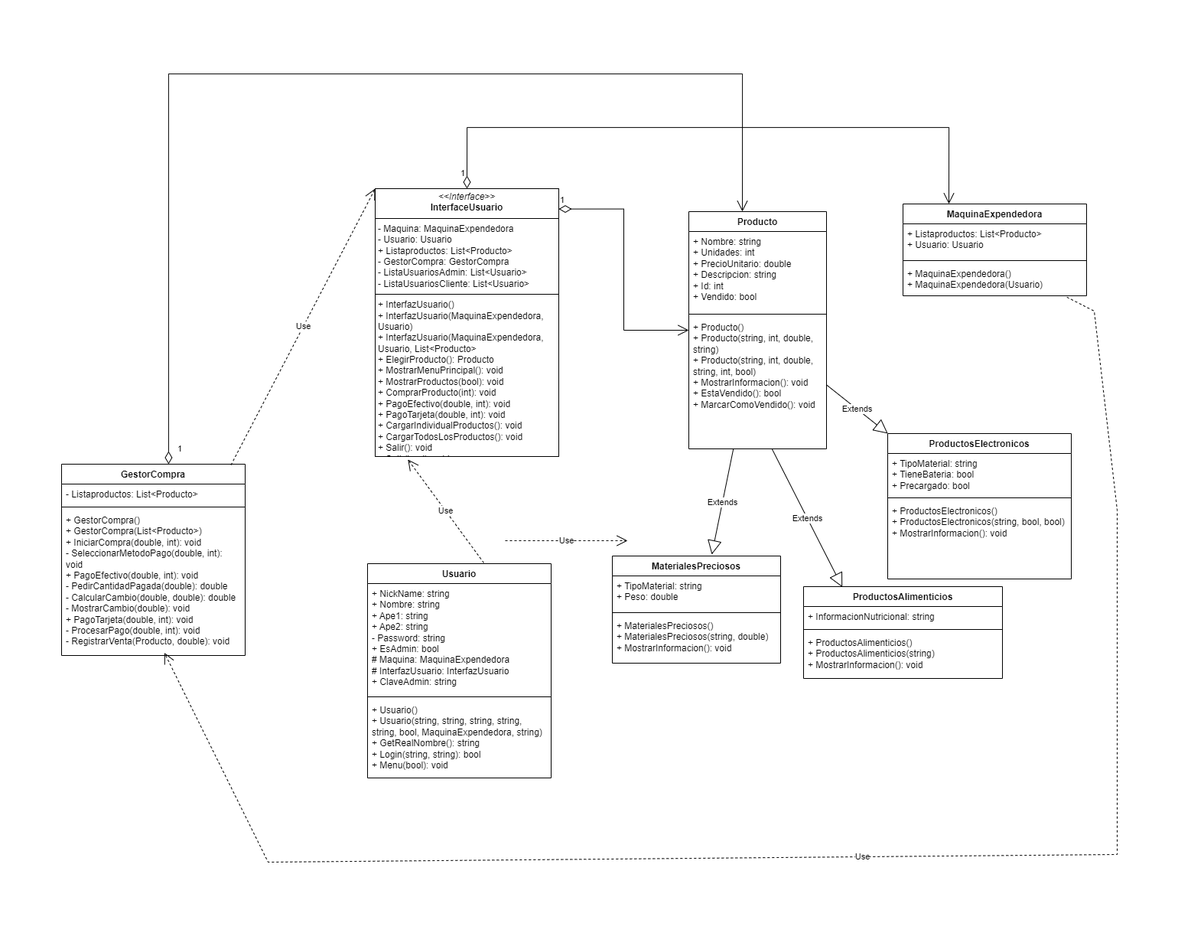
Earlier version of the draw.io export Diagrama MaquinaExpendedora.drawio.png (CarmenSanchezHDLFlor/MaquinaExpendedora---ProyectoFinal). Source tidied: cells renumbered, new cells last; positions are measured from the earlier drawing's top-left corner, leaving out a move shared by most shapes.
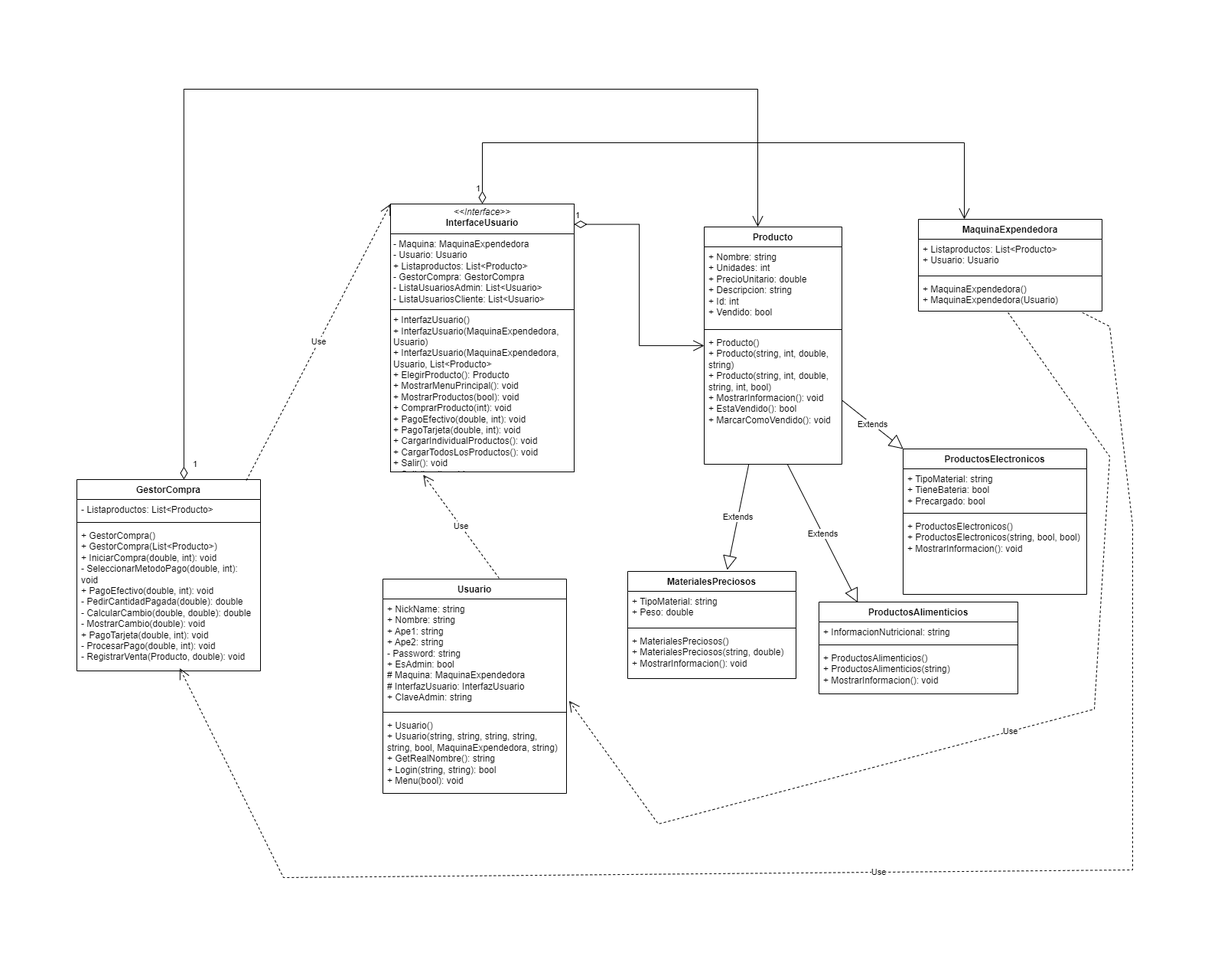
After the commit.

Diff of the diagram source:
```diff
@@ -130,10 +130,13 @@
         </Array>
       </mxGeometry>
     </mxCell>
-    <mxCell id="39" value="Use" style="endArrow=open;endSize=12;dashed=1;html=1;rounded=0;" parent="1" edge="1">
+    <mxCell id="39" value="Use" style="endArrow=open;endSize=12;dashed=1;html=1;rounded=0;entryX=1.014;entryY=0.924;entryDx=0;entryDy=0;exitX=0.488;exitY=1.043;exitDx=0;exitDy=0;exitPerimeter=0;entryPerimeter=0;" parent="1" edge="1" source="17" target="7">
       <mxGeometry relative="1" as="geometry">
-        <mxPoint x="580" y="610" as="sourcePoint" />
-        <mxPoint x="740" y="610" as="targetPoint" />
+        <Array as="points">
+          <mxPoint x="1350" y="480" />
+          <mxPoint x="1330" y="810" />
+          <mxPoint x="760" y="960" />
+        </Array>
       </mxGeometry>
     </mxCell>
     <mxCell id="40" value="Use" style="endArrow=open;endSize=12;dashed=1;html=1;rounded=0;entryX=0;entryY=0;entryDx=0;entryDy=0;exitX=0.923;exitY=0.004;exitDx=0;exitDy=0;exitPerimeter=0;" parent="1" edge="1" source="26" target="30">
```
